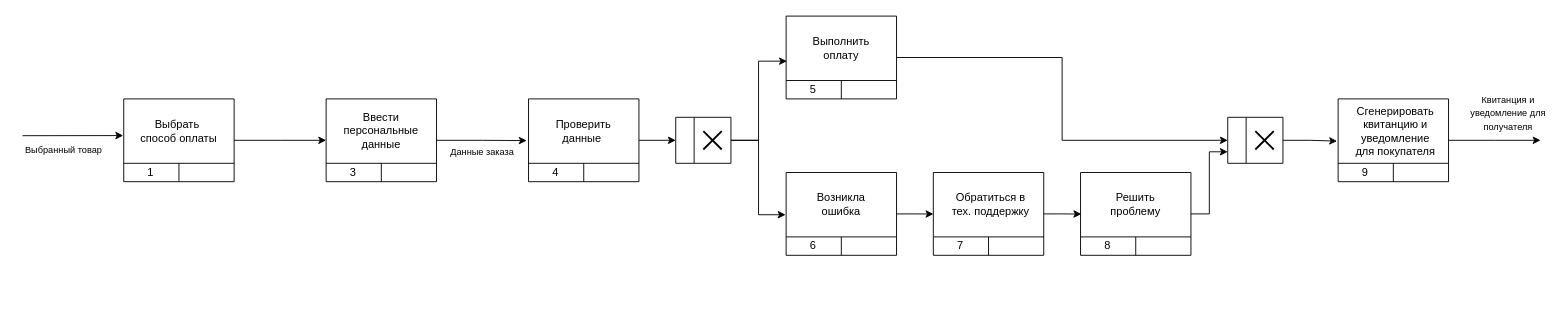
Earlier version of the draw.io diagram IDEF3.drawio (melikhovaeva/business-processes). Source tidied: cells renumbered, new cells numbered last; positions are measured from the earlier drawing's top-left corner, leaving out a move shared by most shapes. Both pictures are drawn from the tidied source at 92%, with x=0, y=0 at pixel (22, 16).
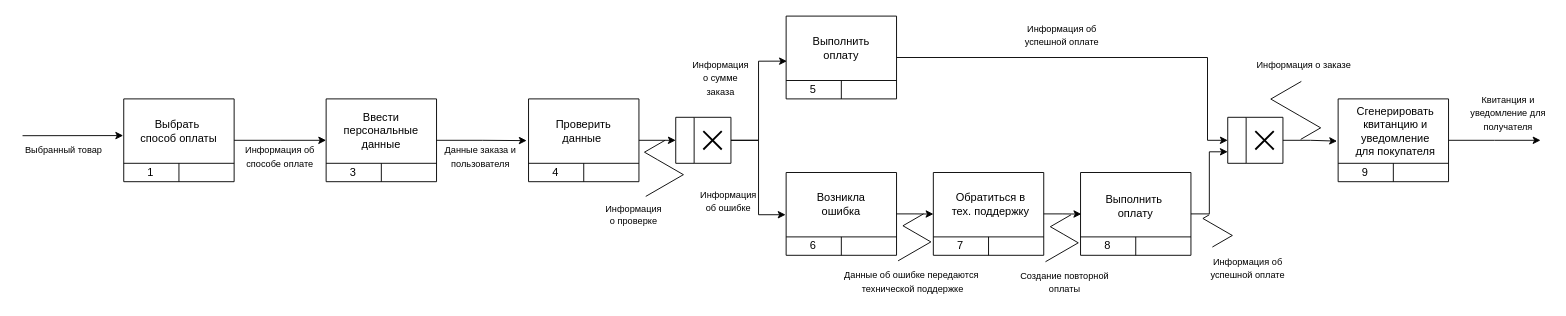
The same diagram, later.

Unchanged cells that the change refers to:
```xml
<mxCell id="26" style="verticalLabelPosition=bottom;verticalAlign=top;html=1;shape=mxgraph.basic.rect;fillColor2=none;strokeWidth=1;size=0;indent=5;strokeColor=default;" parent="1" vertex="1">
  <mxGeometry x="830" width="120" height="90" as="geometry" />
</mxCell>
<mxCell id="52" style="swimlane;html=1;startSize=20;fontStyle=0;horizontal=0;swimlaneLine=1;swimlaneFillColor=#ffffff;strokeWidth=1;whiteSpace=wrap;" parent="1" vertex="1">
  <mxGeometry x="1310" y="110" width="60" height="50" as="geometry" />
</mxCell>
```

What changed in the source:
```diff
@@
-    <mxCell id="21" value="&lt;font style=&quot;font-size: 10px;&quot;&gt;Данные заказа&lt;/font&gt;" style="text;strokeColor=none;align=center;fillColor=none;html=1;verticalAlign=middle;whiteSpace=wrap;rounded=0;" parent="1" vertex="1">
-      <mxGeometry x="455" y="133" width="90" height="30" as="geometry" />
+    <mxCell id="21" value="&lt;font style=&quot;font-size: 10px;&quot;&gt;Данные заказа и пользователя&lt;/font&gt;" style="text;strokeColor=none;align=center;fillColor=none;html=1;verticalAlign=middle;whiteSpace=wrap;rounded=0;" parent="1" vertex="1">
+      <mxGeometry x="453" y="137" width="90" height="30" as="geometry" />
     </mxCell>
@@
     <mxCell id="25" style="edgeStyle=orthogonalEdgeStyle;rounded=0;jettySize=auto;html=1;entryX=0;entryY=0.5;entryDx=0;entryDy=0;" parent="1" edge="1" source="26" target="52">
-      <mxGeometry relative="1" as="geometry" />
+      <mxGeometry relative="1" as="geometry">
+        <Array as="points">
+          <mxPoint x="1288" y="45" />
+          <mxPoint x="1288" y="135" />
+        </Array>
+      </mxGeometry>
     </mxCell>
@@
-    <mxCell id="44" value="Решить проблему" style="text;strokeColor=none;align=center;fillColor=none;html=1;verticalAlign=middle;whiteSpace=wrap;rounded=0;" parent="1" vertex="1">
-      <mxGeometry x="1165" y="190" width="90" height="30" as="geometry" />
+    <mxCell id="44" value="Выполнить&amp;nbsp;&lt;div&gt;оплату&lt;/div&gt;" style="text;strokeColor=none;align=center;fillColor=none;html=1;verticalAlign=middle;whiteSpace=wrap;rounded=0;" parent="1" vertex="1">
+      <mxGeometry x="1165" y="192" width="90" height="30" as="geometry" />
     </mxCell>
@@
+    <mxCell id="61" value="&lt;font size=&quot;1&quot;&gt;Информация об&lt;/font&gt;&lt;div&gt;&lt;font size=&quot;1&quot;&gt;способе оплате&lt;/font&gt;&lt;/div&gt;" style="text;strokeColor=none;align=center;fillColor=none;html=1;verticalAlign=middle;whiteSpace=wrap;rounded=0;" parent="1" vertex="1">
+      <mxGeometry x="235" y="137" width="90" height="30" as="geometry" />
+    </mxCell>
+    <mxCell id="62" value="&lt;span style=&quot;caret-color: rgb(0, 0, 0); color: rgb(0, 0, 0); font-family: Helvetica; font-size: 10px; font-style: normal; font-variant-caps: normal; font-weight: 400; letter-spacing: normal; text-indent: 0px; text-transform: none; white-space: normal; word-spacing: 0px; -webkit-text-stroke-width: 0px; background-color: rgb(255, 255, 255); text-decoration: none; float: none; display: inline !important;&quot;&gt;Информация об ошибке&lt;/span&gt;" style="text;whiteSpace=wrap;html=1;align=center;" parent="1" vertex="1">
+      <mxGeometry x="740" y="180" width="55" height="36" as="geometry" />
+    </mxCell>
+    <mxCell id="63" value="&lt;span style=&quot;caret-color: rgb(0, 0, 0); color: rgb(0, 0, 0); font-family: Helvetica; font-size: 10px; font-style: normal; font-variant-caps: normal; font-weight: 400; letter-spacing: normal; text-indent: 0px; text-transform: none; white-space: normal; word-spacing: 0px; -webkit-text-stroke-width: 0px; background-color: rgb(255, 255, 255); text-decoration: none; float: none; display: inline !important;&quot;&gt;Информация о сумме заказа&lt;/span&gt;" style="text;whiteSpace=wrap;html=1;align=center;" parent="1" vertex="1">
+      <mxGeometry x="725" y="39" width="68" height="51" as="geometry" />
+    </mxCell>
+    <mxCell id="64" value="&lt;font size=&quot;1&quot;&gt;Информация об успешной оплате&lt;/font&gt;" style="text;whiteSpace=wrap;html=1;align=center;" parent="1" vertex="1">
+      <mxGeometry x="1068" width="123.5" height="51" as="geometry" />
+    </mxCell>
+    <mxCell id="65" value="&lt;font size=&quot;1&quot;&gt;Создание повторной&lt;/font&gt;&lt;div&gt;&lt;font size=&quot;1&quot;&gt;оплаты&lt;/font&gt;&lt;/div&gt;" style="text;whiteSpace=wrap;html=1;align=center;" parent="1" vertex="1">
+      <mxGeometry x="1071" y="268" width="123.5" height="38" as="geometry" />
+    </mxCell>
+    <mxCell id="66" style="edgeStyle=isometricEdgeStyle;endArrow=none;html=1;rounded=0;exitX=0.39;exitY=0.02;exitDx=0;exitDy=0;exitPerimeter=0;" parent="1" edge="1">
+      <mxGeometry relative="1" as="geometry">
+        <mxPoint x="951.7" y="266" as="sourcePoint" />
+        <mxPoint x="979.3" y="215" as="targetPoint" />
+        <Array as="points">
+          <mxPoint x="971" y="236" />
+        </Array>
+      </mxGeometry>
+    </mxCell>
+    <mxCell id="67" value="&lt;font style=&quot;font-size: 10px;&quot;&gt;Данные об ошибке передаются&lt;/font&gt;&lt;div&gt;&lt;font style=&quot;font-size: 10px;&quot;&gt;&amp;nbsp;технической поддержке&lt;/font&gt;&lt;/div&gt;" style="text;html=1;align=center;verticalAlign=middle;strokeColor=none;fillColor=none;" parent="1" vertex="1">
+      <mxGeometry x="882" y="268" width="167" height="40" as="geometry" />
+    </mxCell>
+    <mxCell id="68" style="edgeStyle=isometricEdgeStyle;endArrow=none;html=1;rounded=0;" parent="1" edge="1">
+      <mxGeometry relative="1" as="geometry">
+        <mxPoint x="1293.3" y="251" as="sourcePoint" />
+        <mxPoint x="1289.9" y="216" as="targetPoint" />
+        <Array as="points">
+          <mxPoint x="1291.7" y="225" />
+        </Array>
+      </mxGeometry>
+    </mxCell>
+    <mxCell id="69" style="edgeStyle=isometricEdgeStyle;endArrow=none;html=1;rounded=0;exitX=0.39;exitY=0.02;exitDx=0;exitDy=0;exitPerimeter=0;" parent="1" edge="1">
+      <mxGeometry relative="1" as="geometry">
+        <mxPoint x="1111.9" y="267" as="sourcePoint" />
+        <mxPoint x="1139.6" y="216" as="targetPoint" />
+        <Array as="points">
+          <mxPoint x="1131.2" y="237" />
+        </Array>
+      </mxGeometry>
+    </mxCell>
+    <mxCell id="70" style="edgeStyle=isometricEdgeStyle;endArrow=none;html=1;rounded=0;" parent="1" edge="1">
+      <mxGeometry relative="1" as="geometry">
+        <mxPoint x="677.4" y="196" as="sourcePoint" />
+        <mxPoint x="698.4" y="135" as="targetPoint" />
+        <Array as="points">
+          <mxPoint x="690" y="156" />
+        </Array>
+      </mxGeometry>
+    </mxCell>
+    <mxCell id="71" value="&lt;font size=&quot;1&quot;&gt;Информация о проверке&lt;/font&gt;" style="text;whiteSpace=wrap;html=1;align=center;" parent="1" vertex="1">
+      <mxGeometry x="637" y="195" width="55" height="36" as="geometry" />
+    </mxCell>
+    <mxCell id="72" value="&lt;font size=&quot;1&quot;&gt;Информация об успешной оплате&lt;/font&gt;" style="text;whiteSpace=wrap;html=1;align=center;" parent="1" vertex="1">
+      <mxGeometry x="1270" y="253" width="123.5" height="51" as="geometry" />
+    </mxCell>
+    <mxCell id="73" value="&lt;font size=&quot;1&quot;&gt;Информация о заказе&lt;/font&gt;" style="text;whiteSpace=wrap;html=1;align=center;" parent="1" vertex="1">
+      <mxGeometry x="1331" y="39" width="123.5" height="31" as="geometry" />
+    </mxCell>
+    <mxCell id="74" style="edgeStyle=isometricEdgeStyle;endArrow=none;html=1;rounded=0;" parent="1" edge="1">
+      <mxGeometry relative="1" as="geometry">
+        <mxPoint x="1389.3" y="134" as="sourcePoint" />
+        <mxPoint x="1390" y="71" as="targetPoint" />
+        <Array as="points">
+          <mxPoint x="1387.7" y="108" />
+        </Array>
+      </mxGeometry>
+    </mxCell>
```
